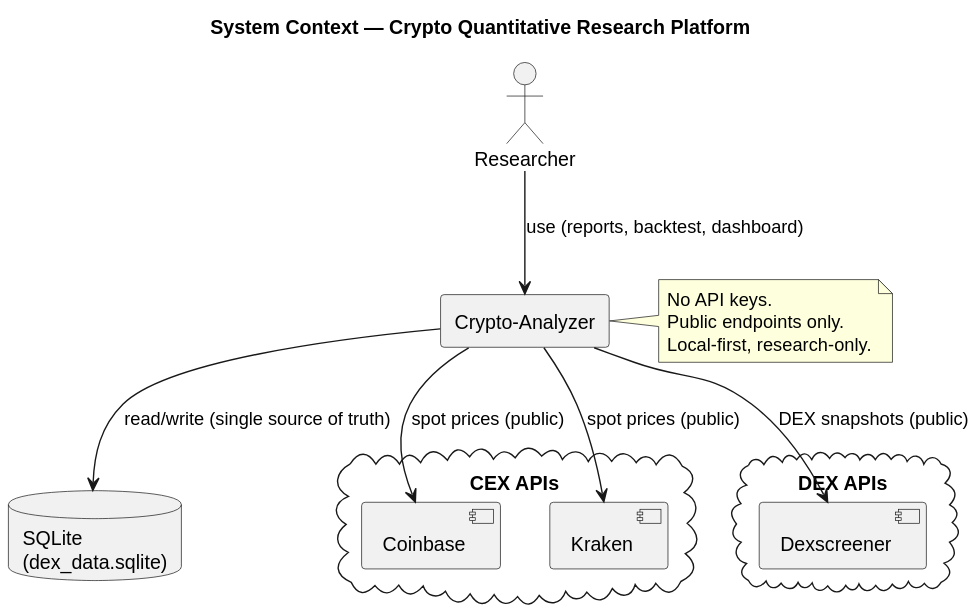
Earlier version of the PlantUML export docs/diagrams/architecture_context.svg (AlpharomeroJL/Crypto-Anaylzer).
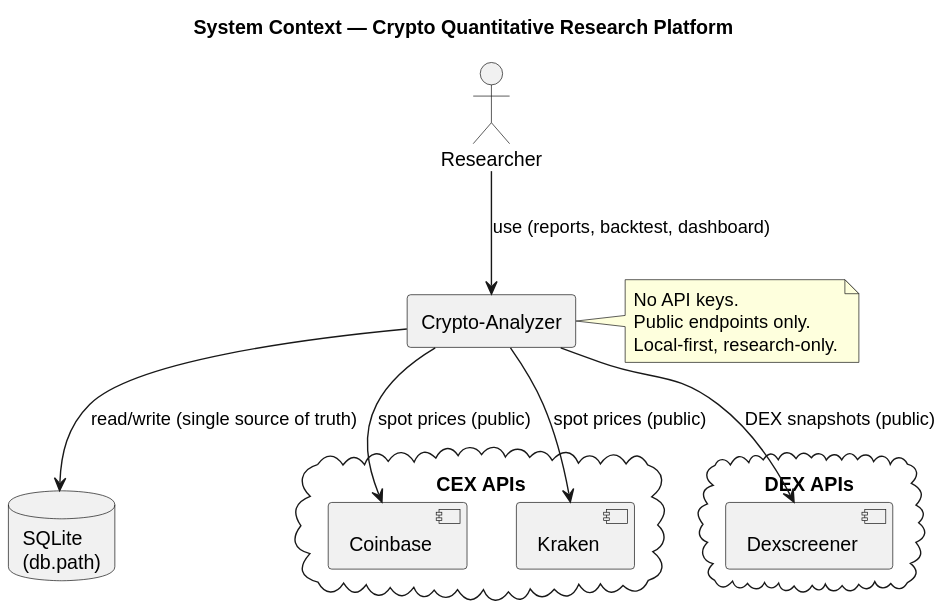
After the change.

The edit, as a diff of the source:
```diff
@@ -13,7 +13,7 @@
   [Dexscreener] as Dexscreener
 }
 
-database "SQLite\n(dex_data.sqlite)" as DB
+database "SQLite\n(db.path)" as DB
 
 User --> App : use (reports, backtest, dashboard)
 App --> Coinbase : spot prices (public)
```
